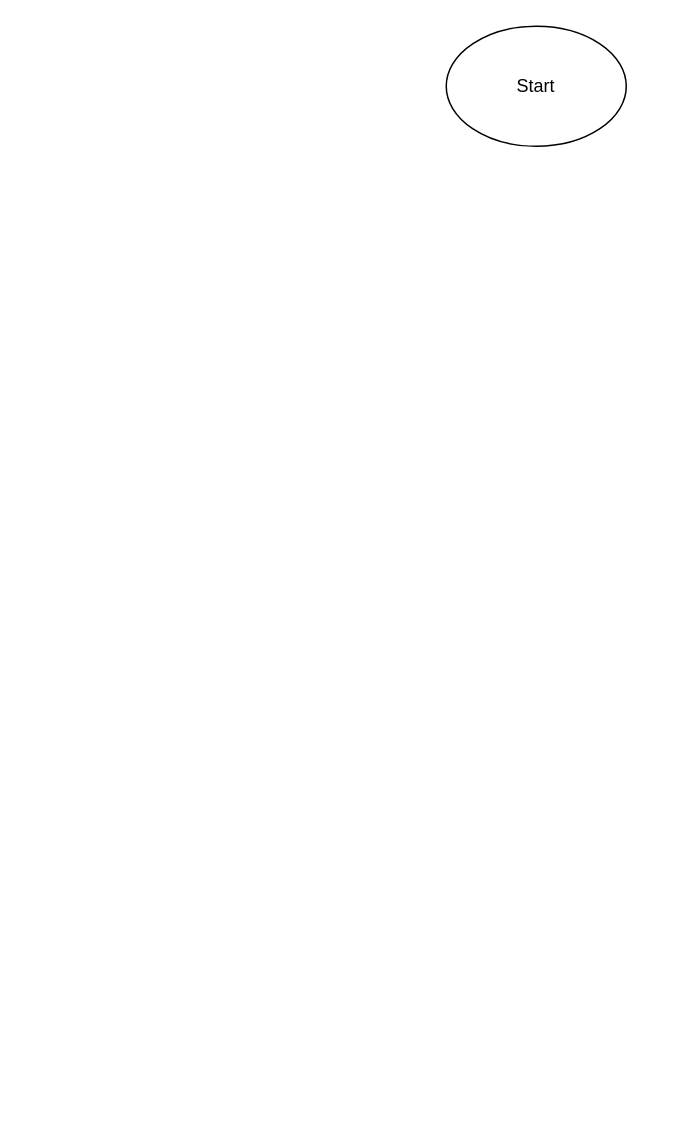
This is Untitled Diagram.drawio from Leonanda1013/My-Flowchart, a draw.io file, before an edit. Source tidied: cells renumbered, new cells numbered last; positions are measured from the earlier drawing's top-left corner, leaving out a move shared by most shapes. Both pictures are drawn from the tidied source at 150%, with x=0, y=0 at pixel (446, 26).
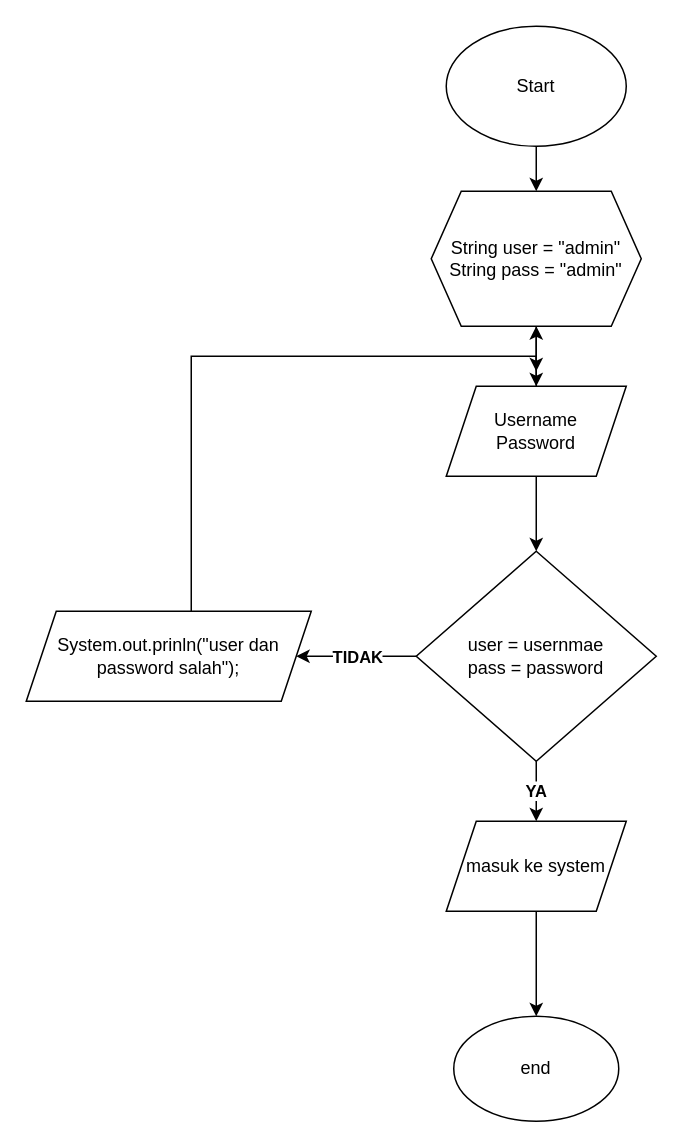
Above is the later version.

Unchanged cells that the change refers to:
```xml
<mxCell id="2" value="Start" style="ellipse;whiteSpace=wrap;html=1;" parent="1" vertex="1">
  <mxGeometry width="120" height="80" as="geometry" />
</mxCell>
```

The edit, as a diff of the source:
```diff
@@
+    <mxCell id="3" style="edgeStyle=orthogonalEdgeStyle;rounded=0;jettySize=auto;html=1;" parent="1" edge="1" source="2" target="5">
+      <mxGeometry relative="1" as="geometry" />
+    </mxCell>
@@
+    <mxCell id="4" style="edgeStyle=orthogonalEdgeStyle;rounded=0;jettySize=auto;html=1;" parent="1" edge="1" source="5" target="8">
+      <mxGeometry relative="1" as="geometry" />
+    </mxCell>
+    <mxCell id="5" value="String user = &quot;admin&quot;&lt;br&gt;String pass = &quot;admin&quot;" style="shape=hexagon;perimeter=hexagonPerimeter2;whiteSpace=wrap;html=1;fixedSize=1;" parent="1" vertex="1">
+      <mxGeometry x="-10" y="110" width="140" height="90" as="geometry" />
+    </mxCell>
+    <mxCell id="6" style="edgeStyle=orthogonalEdgeStyle;rounded=0;jettySize=auto;html=1;" parent="1" edge="1" source="8">
+      <mxGeometry relative="1" as="geometry">
+        <mxPoint x="60" y="350" as="targetPoint" />
+      </mxGeometry>
+    </mxCell>
+    <mxCell id="7" style="edgeStyle=orthogonalEdgeStyle;rounded=0;jettySize=auto;html=1;" parent="1" edge="1" source="8" target="5">
+      <mxGeometry relative="1" as="geometry" />
+    </mxCell>
+    <mxCell id="8" value="Username&lt;br&gt;Password" style="shape=parallelogram;perimeter=parallelogramPerimeter;whiteSpace=wrap;html=1;fixedSize=1;" parent="1" vertex="1">
+      <mxGeometry y="240" width="120" height="60" as="geometry" />
+    </mxCell>
+    <mxCell id="9" value="TIDAK" style="edgeStyle=orthogonalEdgeStyle;rounded=0;jettySize=auto;html=1;fontStyle=1;" parent="1" edge="1" source="11">
+      <mxGeometry relative="1" as="geometry">
+        <mxPoint x="-100" y="420" as="targetPoint" />
+      </mxGeometry>
+    </mxCell>
+    <mxCell id="10" value="YA" style="edgeStyle=orthogonalEdgeStyle;rounded=0;jettySize=auto;html=1;fontStyle=1;" parent="1" edge="1" source="11" target="13">
+      <mxGeometry relative="1" as="geometry" />
+    </mxCell>
+    <mxCell id="11" value="user = usernmae&lt;br&gt;pass = password" style="rhombus;whiteSpace=wrap;html=1;" parent="1" vertex="1">
+      <mxGeometry x="-20" y="350" width="160" height="140" as="geometry" />
+    </mxCell>
+    <mxCell id="12" style="edgeStyle=orthogonalEdgeStyle;rounded=0;jettySize=auto;html=1;" parent="1" edge="1" source="13" target="16">
+      <mxGeometry relative="1" as="geometry" />
+    </mxCell>
+    <mxCell id="13" value="masuk ke system" style="shape=parallelogram;perimeter=parallelogramPerimeter;whiteSpace=wrap;html=1;fixedSize=1;" parent="1" vertex="1">
+      <mxGeometry y="530" width="120" height="60" as="geometry" />
+    </mxCell>
+    <mxCell id="14" style="edgeStyle=orthogonalEdgeStyle;rounded=0;jettySize=auto;html=1;exitX=0.579;exitY=0.983;exitDx=0;exitDy=0;exitPerimeter=0;" parent="1" edge="1" source="15">
+      <mxGeometry relative="1" as="geometry">
+        <mxPoint x="60" y="230" as="targetPoint" />
+        <Array as="points">
+          <mxPoint x="-170" y="220" />
+          <mxPoint x="60" y="220" />
+        </Array>
+      </mxGeometry>
+    </mxCell>
+    <mxCell id="15" value="System.out.prinln(&quot;user dan password salah&quot;);" style="shape=parallelogram;perimeter=parallelogramPerimeter;whiteSpace=wrap;html=1;fixedSize=1;" parent="1" vertex="1">
+      <mxGeometry x="-280" y="390" width="190" height="60" as="geometry" />
+    </mxCell>
+    <mxCell id="16" value="end" style="ellipse;whiteSpace=wrap;html=1;" parent="1" vertex="1">
+      <mxGeometry x="5" y="660" width="110" height="70" as="geometry" />
+    </mxCell>
```
